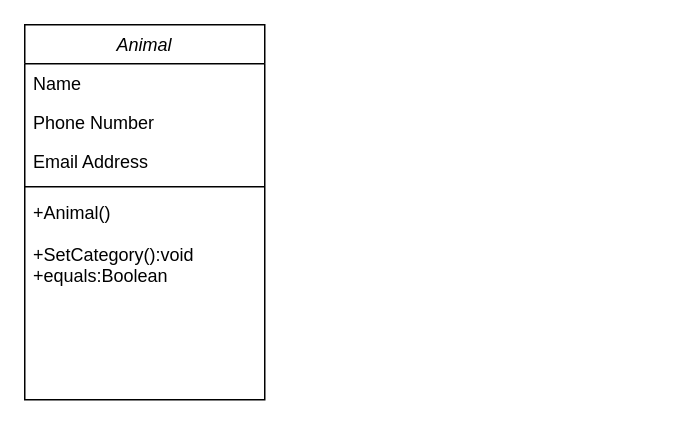
GitoPot/Analys_reflektion keeps this draw.io diagram as Diagram/ Analys_reflektion.drawio. Above is the earlier version. Source tidied: cells renumbered, new cells numbered last; positions are measured from the earlier drawing's top-left corner, leaving out a move shared by most shapes. Both pictures are drawn from the tidied source at 150%, with x=0, y=0 at pixel (24, 24).
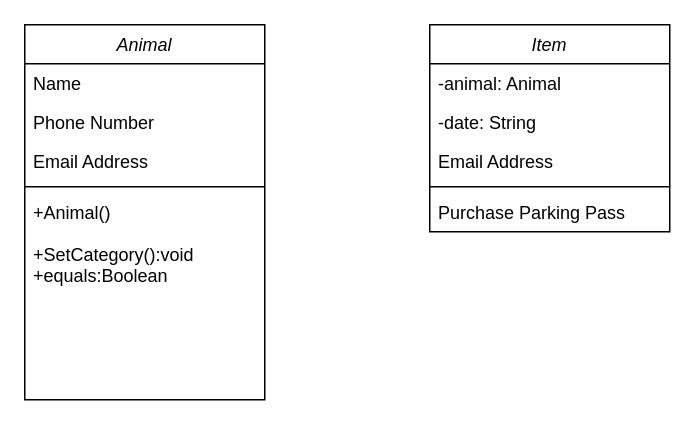
Above is the later version.

The edit, as a diff of the source:
```diff
@@
 <mxGraphModel>
   <root>
     <mxCell id="0" />
     <mxCell id="1" parent="0" />
     <mxCell id="2" value="Animal" style="swimlane;fontStyle=2;align=center;verticalAlign=top;horizontal=1;startSize=26;rounded=0;shadow=0;strokeWidth=1;labelBackgroundColor=default;" parent="1" vertex="1">
       <mxGeometry width="160" height="250" as="geometry" />
     </mxCell>
     <mxCell id="3" value="Name" style="text;align=left;verticalAlign=top;spacingLeft=4;spacingRight=4;overflow=hidden;" parent="2" vertex="1">
       <mxGeometry y="26" width="160" height="26" as="geometry" />
     </mxCell>
     <mxCell id="4" value="Phone Number" style="text;align=left;verticalAlign=top;spacingLeft=4;spacingRight=4;overflow=hidden;rounded=0;shadow=0;html=0;" parent="2" vertex="1">
       <mxGeometry y="52" width="160" height="26" as="geometry" />
     </mxCell>
     <mxCell id="5" value="Email Address" style="text;align=left;verticalAlign=top;spacingLeft=4;spacingRight=4;overflow=hidden;rounded=0;shadow=0;html=0;" parent="2" vertex="1">
       <mxGeometry y="78" width="160" height="26" as="geometry" />
     </mxCell>
     <mxCell id="6" style="line;html=1;strokeWidth=1;align=left;verticalAlign=middle;spacingTop=-1;spacingLeft=3;spacingRight=3;labelPosition=right;" parent="2" vertex="1">
       <mxGeometry y="104" width="160" height="8" as="geometry" />
     </mxCell>
     <mxCell id="7" value="+Animal()&#10;&#10;+SetCategory():void&#10;+equals:Boolean" style="text;align=left;verticalAlign=top;spacingLeft=4;spacingRight=4;overflow=hidden;" parent="2" vertex="1">
       <mxGeometry y="112" width="160" height="138" as="geometry" />
     </mxCell>
+    <mxCell id="8" value="Item" style="swimlane;fontStyle=2;align=center;verticalAlign=top;horizontal=1;startSize=26;rounded=0;shadow=0;strokeWidth=1;" parent="1" vertex="1">
+      <mxGeometry x="270" width="160" height="138" as="geometry" />
+    </mxCell>
+    <mxCell id="9" value="-animal: Animal" style="text;align=left;verticalAlign=top;spacingLeft=4;spacingRight=4;overflow=hidden;" parent="8" vertex="1">
+      <mxGeometry y="26" width="160" height="26" as="geometry" />
+    </mxCell>
+    <mxCell id="10" value="-date: String" style="text;align=left;verticalAlign=top;spacingLeft=4;spacingRight=4;overflow=hidden;rounded=0;shadow=0;html=0;" parent="8" vertex="1">
+      <mxGeometry y="52" width="160" height="26" as="geometry" />
+    </mxCell>
+    <mxCell id="11" value="Email Address" style="text;align=left;verticalAlign=top;spacingLeft=4;spacingRight=4;overflow=hidden;rounded=0;shadow=0;html=0;" parent="8" vertex="1">
+      <mxGeometry y="78" width="160" height="26" as="geometry" />
+    </mxCell>
+    <mxCell id="12" style="line;html=1;strokeWidth=1;align=left;verticalAlign=middle;spacingTop=-1;spacingLeft=3;spacingRight=3;labelPosition=right;" parent="8" vertex="1">
+      <mxGeometry y="104" width="160" height="8" as="geometry" />
+    </mxCell>
+    <mxCell id="13" value="Purchase Parking Pass" style="text;align=left;verticalAlign=top;spacingLeft=4;spacingRight=4;overflow=hidden;" parent="8" vertex="1">
+      <mxGeometry y="112" width="160" height="26" as="geometry" />
+    </mxCell>
   </root>
 </mxGraphModel>
```
